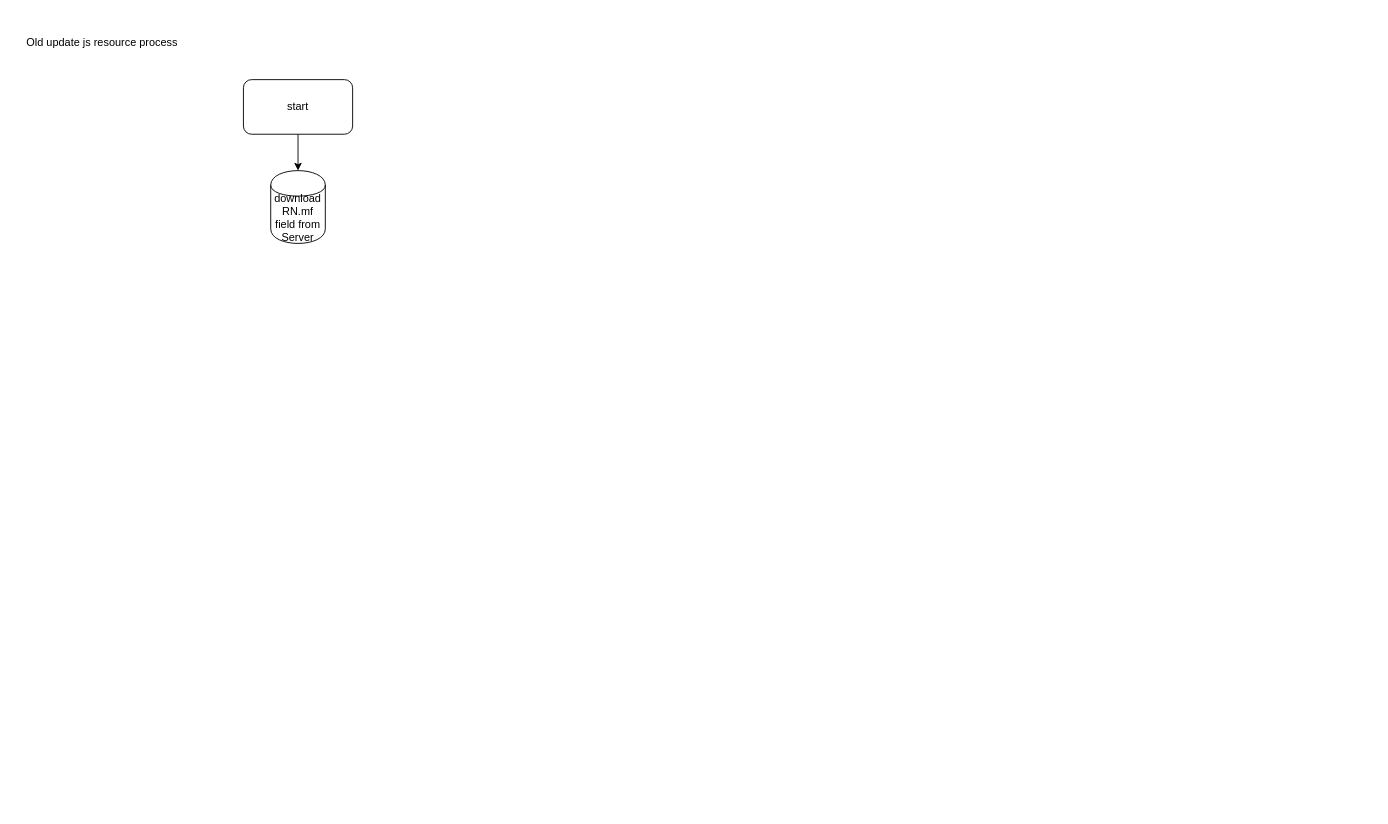
Before: UpdateJSResource.drawio in Andrewliu20/-Demo, a draw.io diagram. Source tidied: cells renumbered, new cells numbered last; positions are measured from the earlier drawing's top-left corner, leaving out a move shared by most shapes. Both pictures are drawn from the tidied source at 91%, with x=0, y=0 at pixel (15, 15).
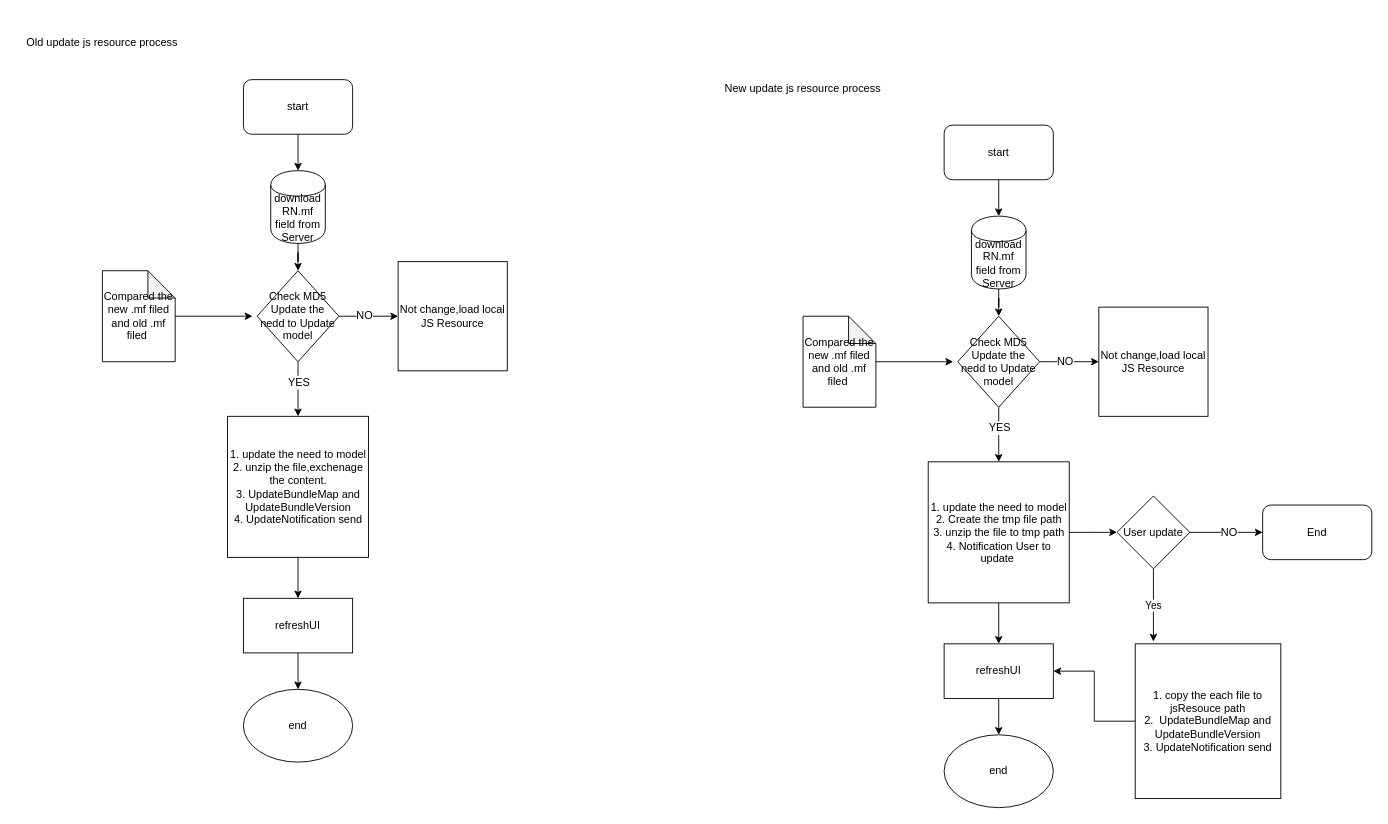
Above is the later version.

Unchanged cells that the change refers to:
```xml
<mxCell id="4" value="download RN.mf field from Server" style="shape=cylinder;whiteSpace=wrap;html=1;boundedLbl=1;backgroundOutline=1;" parent="1" vertex="1">
  <mxGeometry x="280" y="170" width="60" height="80" as="geometry" />
</mxCell>
```

What changed in the source:
```diff
@@
+    <mxCell id="6" style="edgeStyle=orthogonalEdgeStyle;rounded=0;jettySize=auto;html=1;" parent="1" edge="1" source="4" target="11">
+      <mxGeometry relative="1" as="geometry" />
+    </mxCell>
@@
+    <mxCell id="7" style="edgeStyle=orthogonalEdgeStyle;rounded=0;jettySize=auto;html=1;" parent="1" edge="1" source="11" target="13">
+      <mxGeometry relative="1" as="geometry" />
+    </mxCell>
+    <mxCell id="8" value="YES" style="text;html=1;align=center;verticalAlign=middle;labelBackgroundColor=#ffffff;" parent="7" vertex="1">
+      <mxGeometry x="-0.28" relative="1" as="geometry" />
+    </mxCell>
+    <mxCell id="9" style="edgeStyle=orthogonalEdgeStyle;rounded=0;jettySize=auto;html=1;" parent="1" edge="1" source="11" target="16">
+      <mxGeometry relative="1" as="geometry" />
+    </mxCell>
+    <mxCell id="10" value="NO" style="text;html=1;align=center;verticalAlign=middle;labelBackgroundColor=#ffffff;" parent="9" vertex="1">
+      <mxGeometry x="-0.17" y="1" relative="1" as="geometry" />
+    </mxCell>
+    <mxCell id="11" value="Check MD5&lt;br&gt;Update the nedd to Update model" style="rhombus;whiteSpace=wrap;html=1;" parent="1" vertex="1">
+      <mxGeometry x="265" y="280" width="90" height="100" as="geometry" />
+    </mxCell>
+    <mxCell id="12" style="edgeStyle=orthogonalEdgeStyle;rounded=0;jettySize=auto;html=1;" parent="1" edge="1" source="13" target="18">
+      <mxGeometry relative="1" as="geometry" />
+    </mxCell>
+    <mxCell id="13" value="1. update the need to model&lt;br&gt;2.&amp;nbsp;unzip the file,exchenage the content.&lt;br&gt;3. UpdateBundleMap and UpdateBundleVersion&lt;br&gt;4. UpdateNotification send" style="whiteSpace=wrap;html=1;" parent="1" vertex="1">
+      <mxGeometry x="232.5" y="440" width="155" height="155" as="geometry" />
+    </mxCell>
+    <mxCell id="14" style="edgeStyle=orthogonalEdgeStyle;rounded=0;jettySize=auto;html=1;" parent="1" edge="1" source="15">
+      <mxGeometry relative="1" as="geometry">
+        <mxPoint x="260" y="330" as="targetPoint" />
+      </mxGeometry>
+    </mxCell>
+    <mxCell id="15" value="Compared the new .mf filed and old .mf filed&amp;nbsp;" style="shape=note;whiteSpace=wrap;html=1;backgroundOutline=1;darkOpacity=0.05;" parent="1" vertex="1">
+      <mxGeometry x="95" y="280" width="80" height="100" as="geometry" />
+    </mxCell>
+    <mxCell id="16" value="Not change,load local JS Resource" style="whiteSpace=wrap;html=1;" parent="1" vertex="1">
+      <mxGeometry x="420" y="270" width="120" height="120" as="geometry" />
+    </mxCell>
+    <mxCell id="17" style="edgeStyle=orthogonalEdgeStyle;rounded=0;jettySize=auto;html=1;" parent="1" edge="1" source="18" target="19">
+      <mxGeometry relative="1" as="geometry" />
+    </mxCell>
+    <mxCell id="18" value="refreshUI" style="rounded=0;whiteSpace=wrap;html=1;" parent="1" vertex="1">
+      <mxGeometry x="250" y="640" width="120" height="60" as="geometry" />
+    </mxCell>
+    <mxCell id="19" value="end" style="ellipse;whiteSpace=wrap;html=1;" parent="1" vertex="1">
+      <mxGeometry x="250" y="740" width="120" height="80" as="geometry" />
+    </mxCell>
+    <mxCell id="20" style="edgeStyle=orthogonalEdgeStyle;rounded=0;jettySize=auto;html=1;" parent="1" edge="1" source="21" target="23">
+      <mxGeometry relative="1" as="geometry" />
+    </mxCell>
+    <mxCell id="21" value="start" style="rounded=1;whiteSpace=wrap;html=1;" parent="1" vertex="1">
+      <mxGeometry x="1020" y="120" width="120" height="60" as="geometry" />
+    </mxCell>
+    <mxCell id="22" style="edgeStyle=orthogonalEdgeStyle;rounded=0;jettySize=auto;html=1;" parent="1" edge="1" source="23" target="29">
+      <mxGeometry relative="1" as="geometry" />
+    </mxCell>
+    <mxCell id="23" value="download RN.mf field from Server" style="shape=cylinder;whiteSpace=wrap;html=1;boundedLbl=1;backgroundOutline=1;" parent="1" vertex="1">
+      <mxGeometry x="1050" y="220" width="60" height="80" as="geometry" />
+    </mxCell>
+    <mxCell id="24" value="New update js resource process" style="text;html=1;strokeColor=none;fillColor=none;align=center;verticalAlign=middle;whiteSpace=wrap;rounded=0;" parent="1" vertex="1">
+      <mxGeometry x="770" y="50" width="190" height="60" as="geometry" />
+    </mxCell>
+    <mxCell id="25" style="edgeStyle=orthogonalEdgeStyle;rounded=0;jettySize=auto;html=1;" parent="1" edge="1" source="29" target="32">
+      <mxGeometry relative="1" as="geometry" />
+    </mxCell>
+    <mxCell id="26" value="YES" style="text;html=1;align=center;verticalAlign=middle;labelBackgroundColor=#ffffff;" parent="25" vertex="1">
+      <mxGeometry x="-0.28" relative="1" as="geometry" />
+    </mxCell>
+    <mxCell id="27" style="edgeStyle=orthogonalEdgeStyle;rounded=0;jettySize=auto;html=1;" parent="1" edge="1" source="29" target="35">
+      <mxGeometry relative="1" as="geometry" />
+    </mxCell>
+    <mxCell id="28" value="NO" style="text;html=1;align=center;verticalAlign=middle;labelBackgroundColor=#ffffff;" parent="27" vertex="1">
+      <mxGeometry x="-0.17" y="1" relative="1" as="geometry" />
+    </mxCell>
+    <mxCell id="29" value="Check MD5&lt;br&gt;Update the nedd to Update model" style="rhombus;whiteSpace=wrap;html=1;" parent="1" vertex="1">
+      <mxGeometry x="1035" y="330" width="90" height="100" as="geometry" />
+    </mxCell>
+    <mxCell id="30" style="edgeStyle=orthogonalEdgeStyle;rounded=0;jettySize=auto;html=1;" parent="1" edge="1" source="32" target="37">
+      <mxGeometry relative="1" as="geometry" />
+    </mxCell>
+    <mxCell id="31" style="edgeStyle=orthogonalEdgeStyle;rounded=0;jettySize=auto;html=1;" parent="1" edge="1" source="32">
+      <mxGeometry relative="1" as="geometry">
+        <mxPoint x="1210" y="567.5" as="targetPoint" />
+      </mxGeometry>
+    </mxCell>
+    <mxCell id="32" value="1. update the need to model&lt;br&gt;2. Create the tmp file path&lt;br&gt;3.&amp;nbsp;unzip the file to tmp path&lt;br&gt;4. Notification User to update&amp;nbsp;" style="whiteSpace=wrap;html=1;" parent="1" vertex="1">
+      <mxGeometry x="1002.5" y="490" width="155" height="155" as="geometry" />
+    </mxCell>
+    <mxCell id="33" style="edgeStyle=orthogonalEdgeStyle;rounded=0;jettySize=auto;html=1;" parent="1" edge="1" source="34">
+      <mxGeometry relative="1" as="geometry">
+        <mxPoint x="1030" y="380" as="targetPoint" />
+      </mxGeometry>
+    </mxCell>
+    <mxCell id="34" value="Compared the new .mf filed and old .mf filed&amp;nbsp;" style="shape=note;whiteSpace=wrap;html=1;backgroundOutline=1;darkOpacity=0.05;" parent="1" vertex="1">
+      <mxGeometry x="865" y="330" width="80" height="100" as="geometry" />
+    </mxCell>
+    <mxCell id="35" value="Not change,load local JS Resource" style="whiteSpace=wrap;html=1;" parent="1" vertex="1">
+      <mxGeometry x="1190" y="320" width="120" height="120" as="geometry" />
+    </mxCell>
+    <mxCell id="36" style="edgeStyle=orthogonalEdgeStyle;rounded=0;jettySize=auto;html=1;" parent="1" edge="1" source="37" target="38">
+      <mxGeometry relative="1" as="geometry" />
+    </mxCell>
+    <mxCell id="37" value="refreshUI" style="rounded=0;whiteSpace=wrap;html=1;" parent="1" vertex="1">
+      <mxGeometry x="1020" y="690" width="120" height="60" as="geometry" />
+    </mxCell>
+    <mxCell id="38" value="end" style="ellipse;whiteSpace=wrap;html=1;" parent="1" vertex="1">
+      <mxGeometry x="1020" y="790" width="120" height="80" as="geometry" />
+    </mxCell>
+    <mxCell id="39" style="edgeStyle=orthogonalEdgeStyle;rounded=0;jettySize=auto;html=1;" parent="1" edge="1" source="42">
+      <mxGeometry relative="1" as="geometry">
+        <mxPoint x="1370" y="567.5" as="targetPoint" />
+      </mxGeometry>
+    </mxCell>
+    <mxCell id="40" value="NO" style="text;html=1;align=center;verticalAlign=middle;labelBackgroundColor=#ffffff;" parent="39" vertex="1">
+      <mxGeometry x="0.07" y="1" relative="1" as="geometry">
+        <mxPoint y="1" as="offset" />
+      </mxGeometry>
+    </mxCell>
+    <mxCell id="41" value="Yes" style="edgeStyle=orthogonalEdgeStyle;rounded=0;jettySize=auto;html=1;" parent="1" edge="1" source="42">
+      <mxGeometry relative="1" as="geometry">
+        <mxPoint x="1250" y="687.5" as="targetPoint" />
+      </mxGeometry>
+    </mxCell>
+    <mxCell id="42" value="User update" style="rhombus;whiteSpace=wrap;html=1;" parent="1" vertex="1">
+      <mxGeometry x="1210" y="527.5" width="80" height="80" as="geometry" />
+    </mxCell>
+    <mxCell id="43" value="End" style="rounded=1;whiteSpace=wrap;html=1;" parent="1" vertex="1">
+      <mxGeometry x="1370" y="537.5" width="120" height="60" as="geometry" />
+    </mxCell>
+    <mxCell id="44" style="edgeStyle=orthogonalEdgeStyle;rounded=0;jettySize=auto;html=1;entryX=1;entryY=0.5;entryDx=0;entryDy=0;" parent="1" edge="1" source="45" target="37">
+      <mxGeometry relative="1" as="geometry" />
+    </mxCell>
+    <mxCell id="45" value="1. copy the each file to jsResouce path&lt;br&gt;2.&amp;nbsp; UpdateBundleMap and UpdateBundleVersion&lt;br&gt;3. UpdateNotification send" style="rounded=0;whiteSpace=wrap;html=1;" parent="1" vertex="1">
+      <mxGeometry x="1230" y="690" width="160" height="170" as="geometry" />
+    </mxCell>
```
